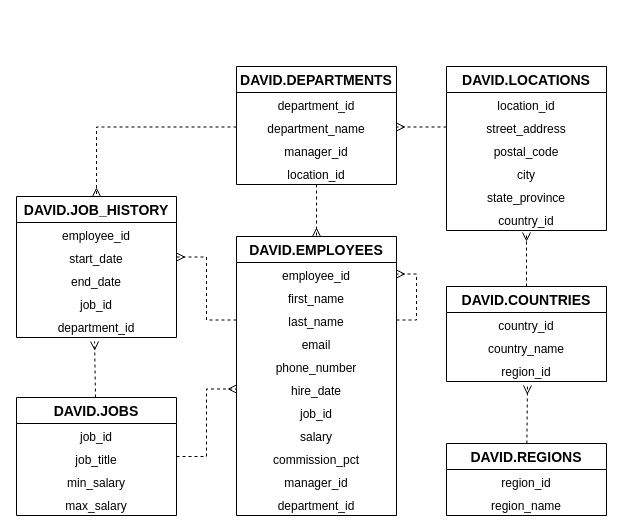
DavidAnoTrudeau/Lab-Activity-7 keeps this draw.io diagram as Diagram1.drawio. Above is the earlier version. Source tidied: cells renumbered, new cells numbered last; positions are measured from the earlier drawing's top-left corner, leaving out a move shared by most shapes. Both pictures are drawn from the tidied source at 100%, with x=0, y=0 at pixel (16, 66).
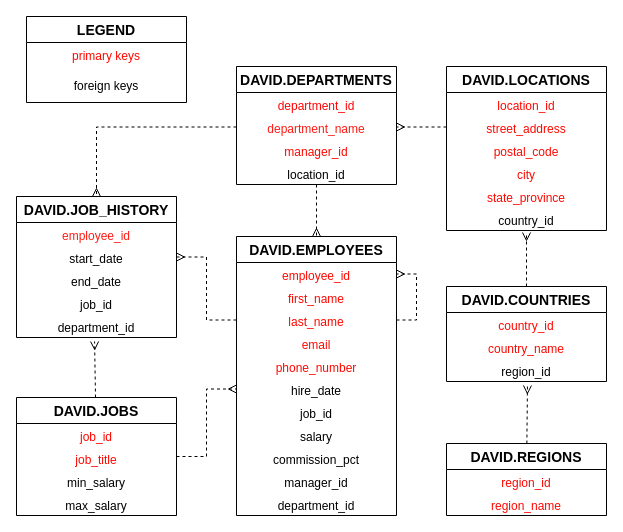
The same page after the edit.

Unchanged cells that the change refers to:
```xml
<mxCell id="2" value="DAVID.JOB_HISTORY" style="swimlane;fontStyle=1;horizontal=1;startSize=26;align=center;fontSize=14;" parent="1" vertex="1">
  <mxGeometry y="130" width="160" height="141" as="geometry" />
</mxCell>
<mxCell id="10" value="DAVID.JOBS" style="swimlane;fontStyle=1;horizontal=1;startSize=26;align=center;fontSize=14;" parent="1" vertex="1">
  <mxGeometry y="331" width="160" height="118" as="geometry" />
</mxCell>
<mxCell id="16" value="DAVID.DEPARTMENTS" style="swimlane;fontStyle=1;horizontal=1;startSize=26;align=center;fontSize=14;" parent="1" vertex="1">
  <mxGeometry x="220" width="160" height="118" as="geometry" />
</mxCell>
<mxCell id="21" value="DAVID.EMPLOYEES" style="swimlane;fontStyle=1;horizontal=1;startSize=26;align=center;fontSize=14;" parent="1" vertex="1">
  <mxGeometry x="220" y="170" width="160" height="279" as="geometry" />
</mxCell>
<mxCell id="34" value="DAVID.LOCATIONS" style="swimlane;fontStyle=1;horizontal=1;startSize=26;align=center;fontSize=14;" parent="1" vertex="1">
  <mxGeometry x="430" width="160" height="164" as="geometry" />
</mxCell>
<mxCell id="42" value="DAVID.COUNTRIES" style="swimlane;fontStyle=1;horizontal=1;startSize=26;align=center;fontSize=14;" parent="1" vertex="1">
  <mxGeometry x="430" y="220" width="160" height="95" as="geometry" />
</mxCell>
<mxCell id="47" value="DAVID.REGIONS" style="swimlane;fontStyle=1;horizontal=1;startSize=26;align=center;fontSize=14;" parent="1" vertex="1">
  <mxGeometry x="430" y="377" width="160" height="72" as="geometry" />
</mxCell>
```

Change to the diagram source:
```diff
@@
-    <mxCell id="3" value="employee_id" style="text;strokeColor=none;fillColor=none;spacingLeft=4;spacingRight=4;overflow=hidden;fontSize=12;align=center;" parent="2" vertex="1">
+    <mxCell id="3" value="employee_id" style="text;strokeColor=none;fillColor=none;spacingLeft=4;spacingRight=4;overflow=hidden;fontSize=12;align=center;fontColor=#FF1C14;" parent="2" vertex="1">
       <mxGeometry y="26" width="160" height="23" as="geometry" />
     </mxCell>
@@
-    <mxCell id="11" value="job_id" style="text;strokeColor=none;fillColor=none;spacingLeft=4;spacingRight=4;overflow=hidden;fontSize=12;align=center;" parent="10" vertex="1">
+    <mxCell id="11" value="job_id" style="text;strokeColor=none;fillColor=none;spacingLeft=4;spacingRight=4;overflow=hidden;fontSize=12;align=center;fontColor=#FF0800;" parent="10" vertex="1">
       <mxGeometry y="26" width="160" height="23" as="geometry" />
     </mxCell>
-    <mxCell id="12" value="job_title" style="text;strokeColor=none;fillColor=none;spacingLeft=4;spacingRight=4;overflow=hidden;fontSize=12;align=center;" parent="10" vertex="1">
+    <mxCell id="12" value="job_title" style="text;strokeColor=none;fillColor=none;spacingLeft=4;spacingRight=4;overflow=hidden;fontSize=12;align=center;fontColor=#FF0800;" parent="10" vertex="1">
       <mxGeometry y="49" width="160" height="23" as="geometry" />
     </mxCell>
@@
-    <mxCell id="17" value="department_id" style="text;strokeColor=none;fillColor=none;spacingLeft=4;spacingRight=4;overflow=hidden;fontSize=12;align=center;" parent="16" vertex="1">
+    <mxCell id="17" value="department_id" style="text;strokeColor=none;fillColor=none;spacingLeft=4;spacingRight=4;overflow=hidden;fontSize=12;align=center;fontColor=#FF0303;" parent="16" vertex="1">
       <mxGeometry y="26" width="160" height="23" as="geometry" />
     </mxCell>
-    <mxCell id="18" value="department_name" style="text;strokeColor=none;fillColor=none;spacingLeft=4;spacingRight=4;overflow=hidden;points=[[0,0.5],[1,0.5]];portConstraint=eastwest;fontSize=12;align=center;" parent="16" vertex="1">
+    <mxCell id="18" value="department_name" style="text;strokeColor=none;fillColor=none;spacingLeft=4;spacingRight=4;overflow=hidden;points=[[0,0.5],[1,0.5]];portConstraint=eastwest;fontSize=12;align=center;fontColor=#FF1C14;" parent="16" vertex="1">
       <mxGeometry y="49" width="160" height="23" as="geometry" />
     </mxCell>
-    <mxCell id="19" value="manager_id" style="text;strokeColor=none;fillColor=none;spacingLeft=4;spacingRight=4;overflow=hidden;fontSize=12;align=center;" parent="16" vertex="1">
+    <mxCell id="19" value="manager_id" style="text;strokeColor=none;fillColor=none;spacingLeft=4;spacingRight=4;overflow=hidden;fontSize=12;align=center;fontColor=#FF0800;" parent="16" vertex="1">
       <mxGeometry y="72" width="160" height="23" as="geometry" />
     </mxCell>
@@
-    <mxCell id="22" value="employee_id" style="text;strokeColor=none;fillColor=none;spacingLeft=4;spacingRight=4;overflow=hidden;points=[[0,0.5],[1,0.5]];portConstraint=eastwest;fontSize=12;align=center;" parent="21" vertex="1">
+    <mxCell id="22" value="employee_id" style="text;strokeColor=none;fillColor=none;spacingLeft=4;spacingRight=4;overflow=hidden;points=[[0,0.5],[1,0.5]];portConstraint=eastwest;fontSize=12;align=center;fontColor=#FF0800;" parent="21" vertex="1">
       <mxGeometry y="26" width="160" height="23" as="geometry" />
     </mxCell>
-    <mxCell id="23" value="first_name" style="text;strokeColor=none;fillColor=none;spacingLeft=4;spacingRight=4;overflow=hidden;fontSize=12;align=center;" parent="21" vertex="1">
+    <mxCell id="23" value="first_name" style="text;strokeColor=none;fillColor=none;spacingLeft=4;spacingRight=4;overflow=hidden;fontSize=12;align=center;fontColor=#FF0800;" parent="21" vertex="1">
       <mxGeometry y="49" width="160" height="23" as="geometry" />
     </mxCell>
@@
-    <mxCell id="25" value="last_name" style="text;strokeColor=none;fillColor=none;spacingLeft=4;spacingRight=4;overflow=hidden;points=[[0,0.5],[1,0.5]];portConstraint=eastwest;fontSize=12;align=center;" parent="21" vertex="1">
+    <mxCell id="25" value="last_name" style="text;strokeColor=none;fillColor=none;spacingLeft=4;spacingRight=4;overflow=hidden;points=[[0,0.5],[1,0.5]];portConstraint=eastwest;fontSize=12;align=center;fontColor=#FF0800;" parent="21" vertex="1">
       <mxGeometry y="72" width="160" height="23" as="geometry" />
     </mxCell>
-    <mxCell id="26" value="email" style="text;strokeColor=none;fillColor=none;spacingLeft=4;spacingRight=4;overflow=hidden;fontSize=12;align=center;" parent="21" vertex="1">
+    <mxCell id="26" value="email" style="text;strokeColor=none;fillColor=none;spacingLeft=4;spacingRight=4;overflow=hidden;fontSize=12;align=center;fontColor=#FF0800;" parent="21" vertex="1">
       <mxGeometry y="95" width="160" height="23" as="geometry" />
     </mxCell>
-    <mxCell id="27" value="phone_number" style="text;strokeColor=none;fillColor=none;spacingLeft=4;spacingRight=4;overflow=hidden;fontSize=12;align=center;" parent="21" vertex="1">
+    <mxCell id="27" value="phone_number" style="text;strokeColor=none;fillColor=none;spacingLeft=4;spacingRight=4;overflow=hidden;fontSize=12;align=center;fontColor=#FF0800;" parent="21" vertex="1">
       <mxGeometry y="118" width="160" height="23" as="geometry" />
     </mxCell>
@@
-    <mxCell id="35" value="location_id" style="text;strokeColor=none;fillColor=none;spacingLeft=4;spacingRight=4;overflow=hidden;fontSize=12;align=center;" parent="34" vertex="1">
+    <mxCell id="35" value="location_id" style="text;strokeColor=none;fillColor=none;spacingLeft=4;spacingRight=4;overflow=hidden;fontSize=12;align=center;fontColor=#FF0800;" parent="34" vertex="1">
       <mxGeometry y="26" width="160" height="23" as="geometry" />
     </mxCell>
-    <mxCell id="36" value="street_address" style="text;strokeColor=none;fillColor=none;spacingLeft=4;spacingRight=4;overflow=hidden;points=[[0,0.5],[1,0.5]];portConstraint=eastwest;fontSize=12;align=center;" parent="34" vertex="1">
+    <mxCell id="36" value="street_address" style="text;strokeColor=none;fillColor=none;spacingLeft=4;spacingRight=4;overflow=hidden;points=[[0,0.5],[1,0.5]];portConstraint=eastwest;fontSize=12;align=center;fontColor=#FF0800;" parent="34" vertex="1">
       <mxGeometry y="49" width="160" height="23" as="geometry" />
     </mxCell>
-    <mxCell id="37" value="postal_code" style="text;strokeColor=none;fillColor=none;spacingLeft=4;spacingRight=4;overflow=hidden;fontSize=12;align=center;" parent="34" vertex="1">
+    <mxCell id="37" value="postal_code" style="text;strokeColor=none;fillColor=none;spacingLeft=4;spacingRight=4;overflow=hidden;fontSize=12;align=center;fontColor=#FF0800;" parent="34" vertex="1">
       <mxGeometry y="72" width="160" height="23" as="geometry" />
     </mxCell>
-    <mxCell id="38" value="city" style="text;strokeColor=none;fillColor=none;spacingLeft=4;spacingRight=4;overflow=hidden;fontSize=12;align=center;" parent="34" vertex="1">
+    <mxCell id="38" value="city" style="text;strokeColor=none;fillColor=none;spacingLeft=4;spacingRight=4;overflow=hidden;fontSize=12;align=center;fontColor=#FF0800;" parent="34" vertex="1">
       <mxGeometry y="95" width="160" height="23" as="geometry" />
     </mxCell>
-    <mxCell id="39" value="state_province" style="text;strokeColor=none;fillColor=none;spacingLeft=4;spacingRight=4;overflow=hidden;fontSize=12;align=center;" parent="34" vertex="1">
+    <mxCell id="39" value="state_province" style="text;strokeColor=none;fillColor=none;spacingLeft=4;spacingRight=4;overflow=hidden;fontSize=12;align=center;fontColor=#FF0800;" parent="34" vertex="1">
       <mxGeometry y="118" width="160" height="23" as="geometry" />
     </mxCell>
@@
-    <mxCell id="43" value="country_id" style="text;strokeColor=none;fillColor=none;spacingLeft=4;spacingRight=4;overflow=hidden;fontSize=12;align=center;" parent="42" vertex="1">
+    <mxCell id="43" value="country_id" style="text;strokeColor=none;fillColor=none;spacingLeft=4;spacingRight=4;overflow=hidden;fontSize=12;align=center;fontColor=#FF0800;" parent="42" vertex="1">
       <mxGeometry y="26" width="160" height="23" as="geometry" />
     </mxCell>
-    <mxCell id="44" value="country_name" style="text;strokeColor=none;fillColor=none;spacingLeft=4;spacingRight=4;overflow=hidden;fontSize=12;align=center;" parent="42" vertex="1">
+    <mxCell id="44" value="country_name" style="text;strokeColor=none;fillColor=none;spacingLeft=4;spacingRight=4;overflow=hidden;fontSize=12;align=center;fontColor=#FF0800;" parent="42" vertex="1">
       <mxGeometry y="49" width="160" height="23" as="geometry" />
     </mxCell>
@@
-    <mxCell id="48" value="region_id" style="text;strokeColor=none;fillColor=none;spacingLeft=4;spacingRight=4;overflow=hidden;fontSize=12;align=center;" parent="47" vertex="1">
+    <mxCell id="48" value="region_id" style="text;strokeColor=none;fillColor=none;spacingLeft=4;spacingRight=4;overflow=hidden;fontSize=12;align=center;fontColor=#FF0800;" parent="47" vertex="1">
       <mxGeometry y="26" width="160" height="23" as="geometry" />
     </mxCell>
-    <mxCell id="49" value="region_name" style="text;strokeColor=none;fillColor=none;spacingLeft=4;spacingRight=4;overflow=hidden;fontSize=12;align=center;" parent="47" vertex="1">
+    <mxCell id="49" value="region_name" style="text;strokeColor=none;fillColor=none;spacingLeft=4;spacingRight=4;overflow=hidden;fontSize=12;align=center;fontColor=#FF0800;" parent="47" vertex="1">
       <mxGeometry y="49" width="160" height="23" as="geometry" />
     </mxCell>
@@
+    <mxCell id="53" value="LEGEND" style="swimlane;fontStyle=1;horizontal=1;startSize=26;align=center;fontSize=14;" parent="1" vertex="1">
+      <mxGeometry x="10" y="-50" width="160" height="86" as="geometry" />
+    </mxCell>
+    <mxCell id="54" value="primary keys" style="text;strokeColor=none;fillColor=none;spacingLeft=4;spacingRight=4;overflow=hidden;fontSize=12;align=center;fontColor=#FF0800;" parent="53" vertex="1">
+      <mxGeometry y="26" width="160" height="30" as="geometry" />
+    </mxCell>
+    <mxCell id="55" value="foreign keys" style="text;strokeColor=none;fillColor=none;spacingLeft=4;spacingRight=4;overflow=hidden;fontSize=12;align=center;" parent="53" vertex="1">
+      <mxGeometry y="56" width="160" height="30" as="geometry" />
+    </mxCell>
```
